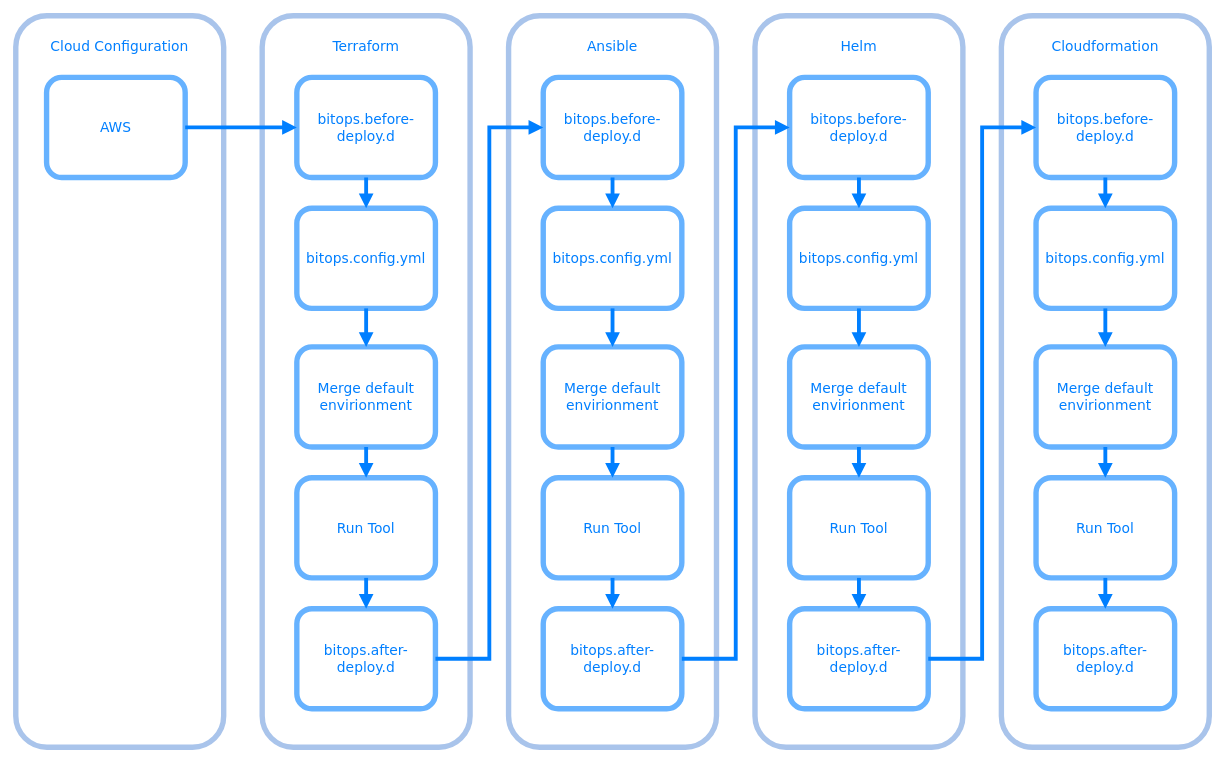
Above: docs/assets/images/lifecycle.drawio in bitovi/bitops (draw.io), before the change. Source tidied: cells renumbered, new cells numbered last; positions are measured from the earlier drawing's top-left corner, leaving out a move shared by most shapes. Both pictures are drawn from the tidied source at 77%, with x=0, y=0 at pixel (15, 15).
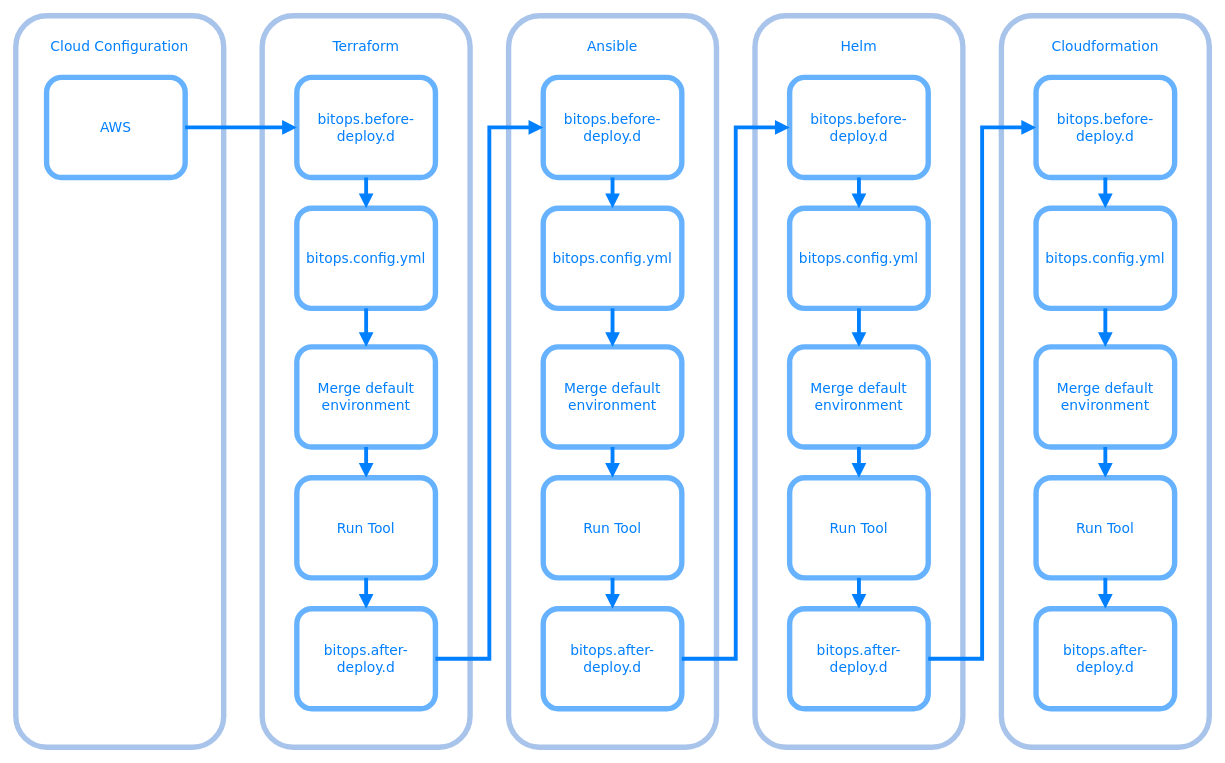
The same page after the edit.

The change refers to these unchanged cells:
```xml
<mxCell id="6" style="group;" parent="1" vertex="1">
  <mxGeometry x="320" width="270" height="950" as="geometry" />
</mxCell>
<mxCell id="17" style="group;" parent="1" vertex="1">
  <mxGeometry x="640" width="270" height="950" as="geometry" />
</mxCell>
<mxCell id="28" style="group;" parent="1" vertex="1">
  <mxGeometry x="960" width="270" height="950" as="geometry" />
</mxCell>
<mxCell id="39" style="group;" parent="1" vertex="1">
  <mxGeometry x="1280" width="270" height="950" as="geometry" />
</mxCell>
```

Change to the diagram source:
```diff
@@
-    <mxCell id="11" value="&lt;font style=&quot;font-size: 18px&quot; color=&quot;#007fff&quot; face=&quot;Verdana&quot;&gt;Merge default envirionment&lt;/font&gt;" style="rounded=1;whiteSpace=wrap;html=1;strokeWidth=7;strokeColor=#66B2FF;" parent="6" vertex="1">
+    <mxCell id="11" value="&lt;font style=&quot;font-size: 18px&quot; color=&quot;#007fff&quot; face=&quot;Verdana&quot;&gt;Merge default environment&lt;/font&gt;" style="rounded=1;whiteSpace=wrap;html=1;strokeWidth=7;strokeColor=#66B2FF;" parent="6" vertex="1">
       <mxGeometry x="45" y="430" width="180" height="130" as="geometry" />
     </mxCell>
@@
-    <mxCell id="22" value="&lt;font style=&quot;font-size: 18px&quot; color=&quot;#007fff&quot; face=&quot;Verdana&quot;&gt;Merge default envirionment&lt;/font&gt;" style="rounded=1;whiteSpace=wrap;html=1;strokeWidth=7;strokeColor=#66B2FF;" parent="17" vertex="1">
+    <mxCell id="22" value="&lt;font style=&quot;font-size: 18px&quot; color=&quot;#007fff&quot; face=&quot;Verdana&quot;&gt;Merge default environment&lt;/font&gt;" style="rounded=1;whiteSpace=wrap;html=1;strokeWidth=7;strokeColor=#66B2FF;" parent="17" vertex="1">
       <mxGeometry x="45" y="430" width="180" height="130" as="geometry" />
     </mxCell>
@@
-    <mxCell id="33" value="&lt;font style=&quot;font-size: 18px&quot; color=&quot;#007fff&quot; face=&quot;Verdana&quot;&gt;Merge default envirionment&lt;/font&gt;" style="rounded=1;whiteSpace=wrap;html=1;strokeWidth=7;strokeColor=#66B2FF;" parent="28" vertex="1">
+    <mxCell id="33" value="&lt;font style=&quot;font-size: 18px&quot; color=&quot;#007fff&quot; face=&quot;Verdana&quot;&gt;Merge default environment&lt;/font&gt;" style="rounded=1;whiteSpace=wrap;html=1;strokeWidth=7;strokeColor=#66B2FF;" parent="28" vertex="1">
       <mxGeometry x="45" y="430" width="180" height="130" as="geometry" />
     </mxCell>
@@
-    <mxCell id="44" value="&lt;font style=&quot;font-size: 18px&quot; color=&quot;#007fff&quot; face=&quot;Verdana&quot;&gt;Merge default envirionment&lt;/font&gt;" style="rounded=1;whiteSpace=wrap;html=1;strokeWidth=7;strokeColor=#66B2FF;" parent="39" vertex="1">
+    <mxCell id="44" value="&lt;font style=&quot;font-size: 18px&quot; color=&quot;#007fff&quot; face=&quot;Verdana&quot;&gt;Merge default environment&lt;/font&gt;" style="rounded=1;whiteSpace=wrap;html=1;strokeWidth=7;strokeColor=#66B2FF;" parent="39" vertex="1">
       <mxGeometry x="45" y="430" width="180" height="130" as="geometry" />
     </mxCell>
```
